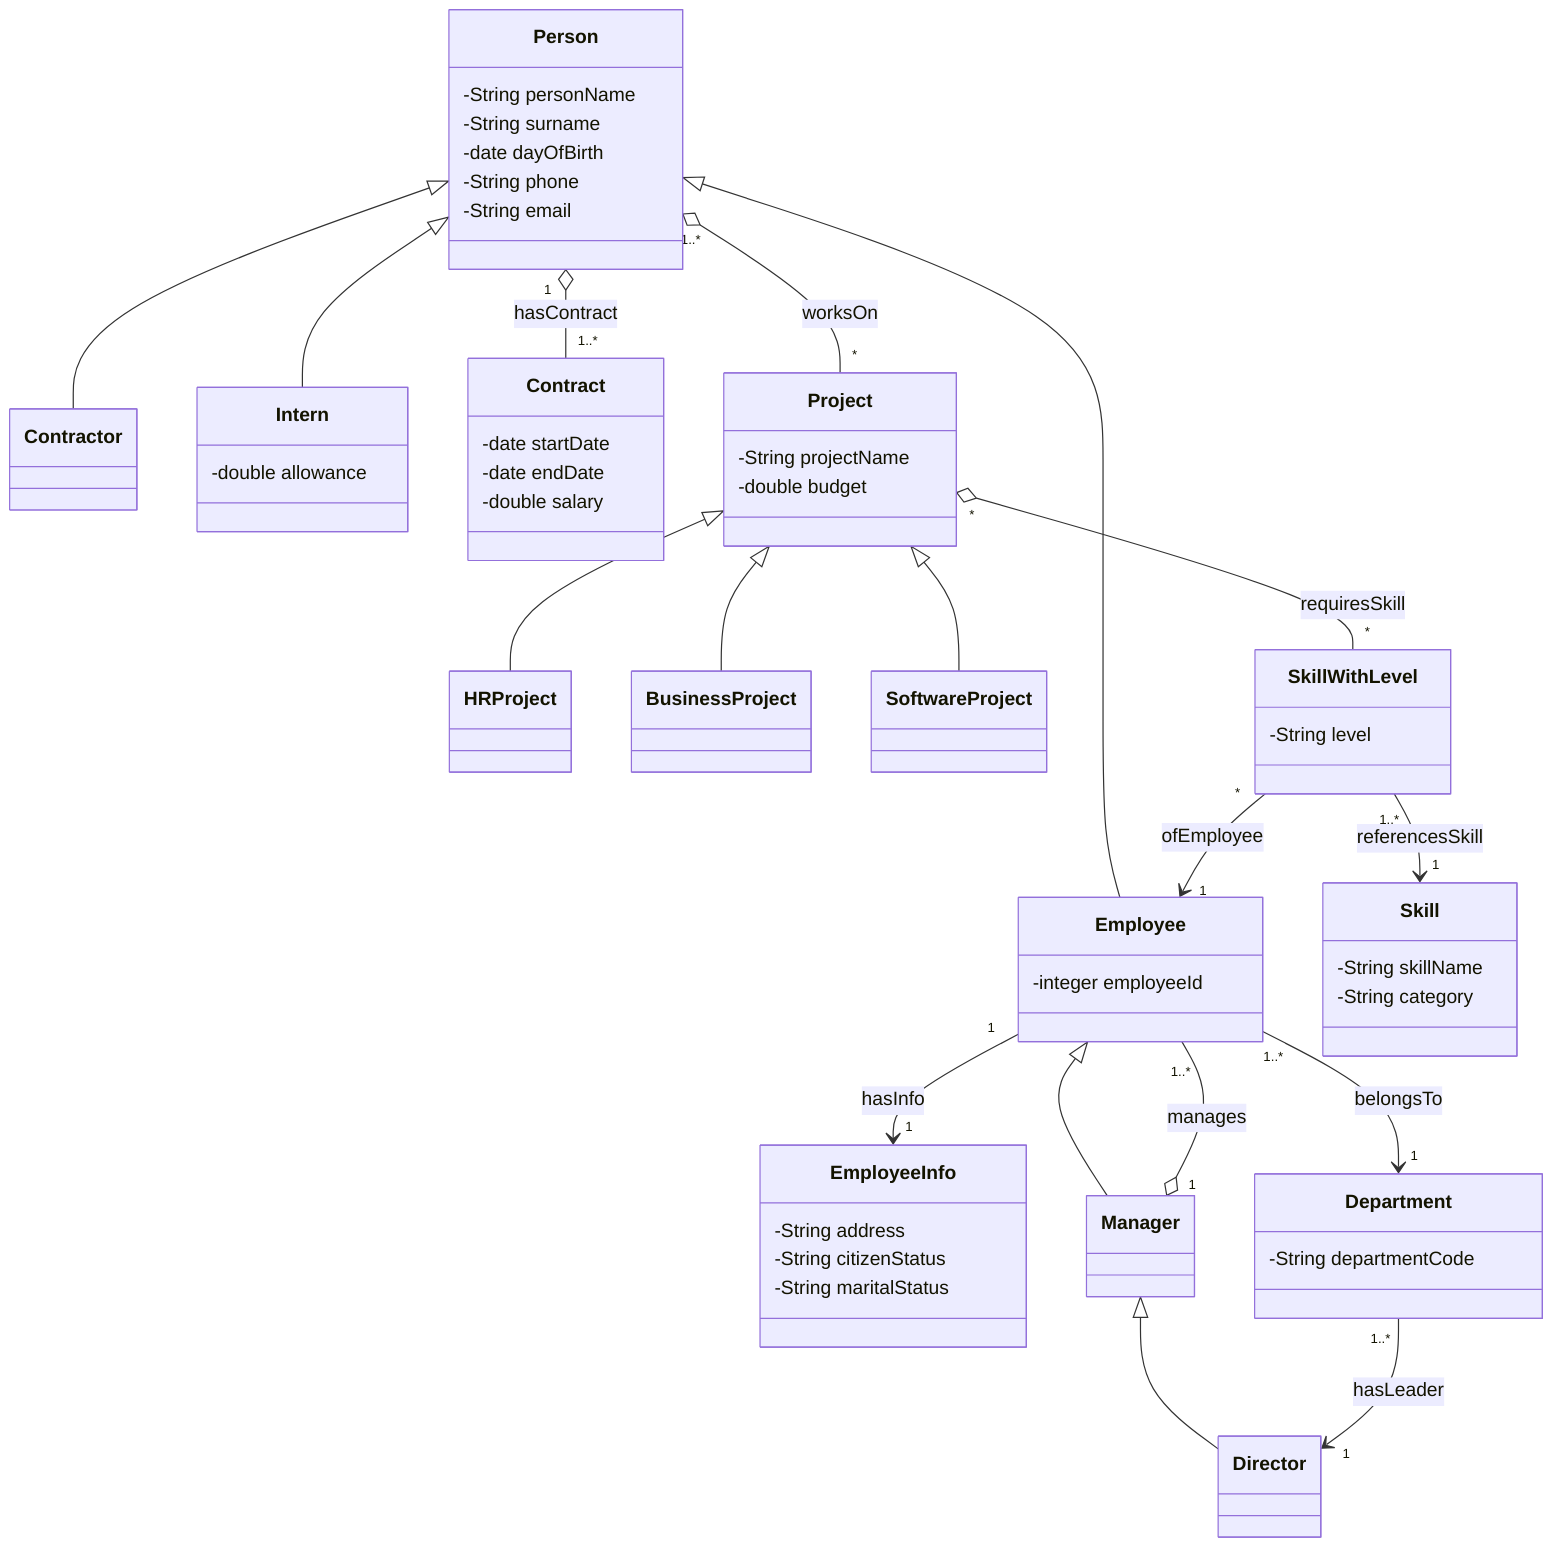
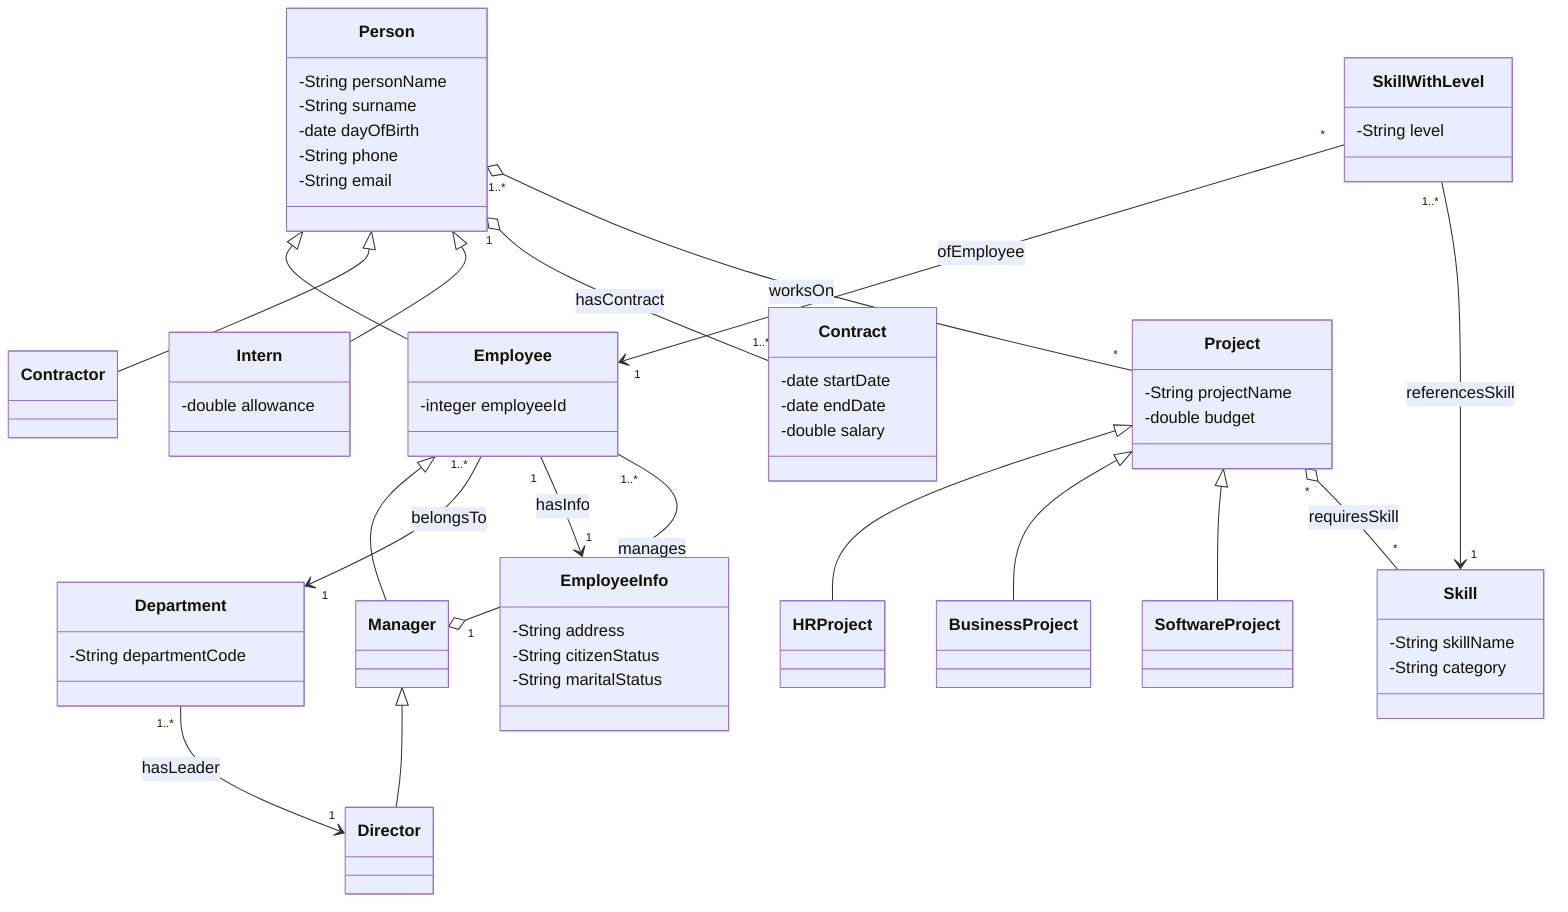
classDiagram
    class Person {
        -String personName
        -String surname
        -date dayOfBirth
        -String phone
        -String email
    }

    class Employee {
        -integer employeeId
    }

    class EmployeeInfo {
        -String address
        -String citizenStatus
        -String maritalStatus
    }

    class Contractor

    class Intern {
        -double allowance
    }

    class Manager

    class Director

    class Contract {
        -date startDate
        -date endDate
        -double salary
    }

    class Project {
        -String projectName
        -double budget
    }

    class HRProject
    class BusinessProject
    class SoftwareProject

    class Department {
        -String departmentCode
    }

    class SkillWithLevel {
        -String level
    }

    class Skill {
        -String skillName
        -String category
    }

    Person <|-- Employee
    Person <|-- Contractor
    Person <|-- Intern
    Employee <|-- Manager
    Manager <|-- Director

    Project <|-- HRProject
    Project <|-- BusinessProject
    Project <|-- SoftwareProject

    Person "1" o-- "1..*" Contract : hasContract
    Person "1..*" o-- "*" Project : worksOn
    SkillWithLevel "*" --> "1" Employee : ofEmployee
-     Project "*" o-- "*" SkillWithLevel : requiresSkill
+     Project "*" o-- "*" Skill : requiresSkill
    SkillWithLevel "1..*" --> "1" Skill : referencesSkill
    Manager "1" o-- "1..*" Employee : manages
    Department "1..*" --> "1" Director : hasLeader
    Employee "1..*" --> "1" Department : belongsTo
    Employee "1" --> "1" EmployeeInfo : hasInfo
